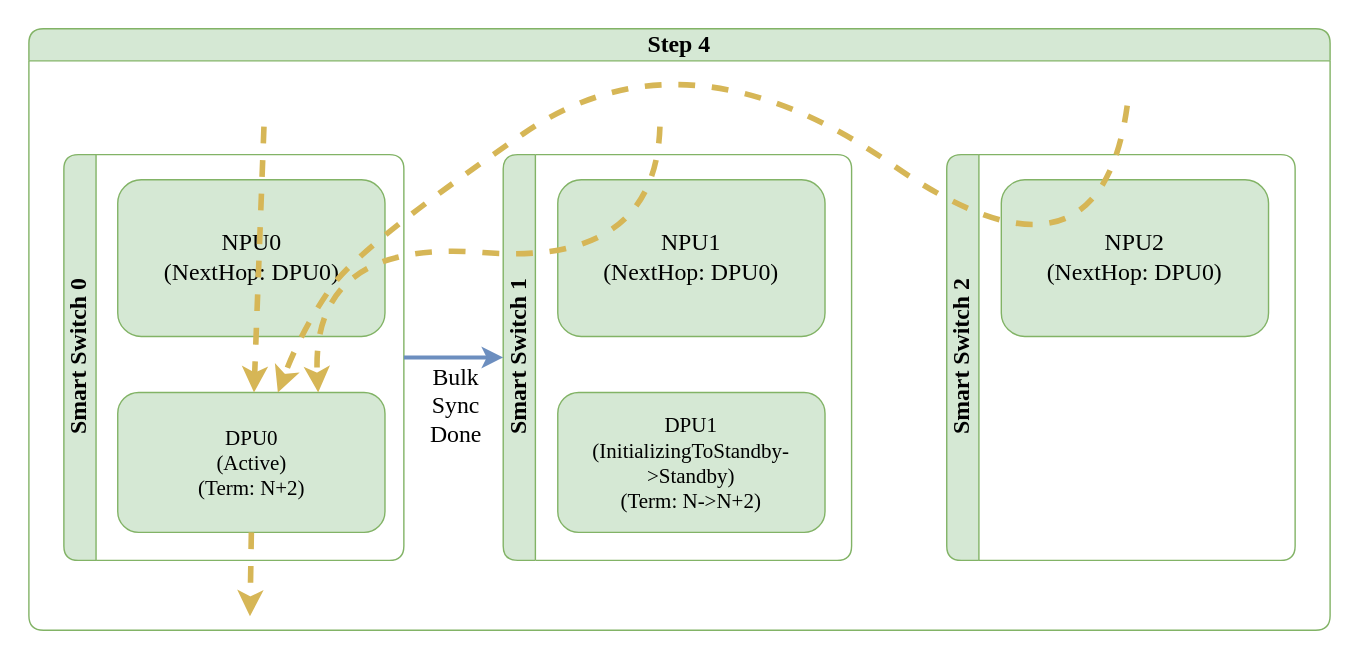
Earlier version of the draw.io export doc/smart-switch/high-availability/images/ha-unplanned-events-exit-standalone-step-4.svg (sonic-net/SONiC). Source tidied: cells renumbered, new cells last; positions are measured from the earlier drawing's top-left corner, leaving out a move shared by most shapes. Its diagram source:
```xml
<mxGraphModel>
  <root>
    <mxCell id="0" />
    <mxCell id="1" parent="0" />
    <mxCell id="2" value="Step 4" style="swimlane;horizontal=1;whiteSpace=wrap;html=1;rounded=1;labelBorderColor=none;strokeColor=#82b366;fontFamily=Consolas;fontSize=17;startSize=23;fillColor=#d5e8d4;swimlaneFillColor=#FFFFFF;" parent="1" vertex="1">
      <mxGeometry y="5" width="930" height="430" as="geometry" />
    </mxCell>
    <mxCell id="3" value="Smart Switch 0" style="swimlane;horizontal=0;whiteSpace=wrap;html=1;rounded=1;labelBorderColor=none;strokeColor=#82b366;fontFamily=Consolas;fontSize=17;startSize=23;fillColor=#d5e8d4;swimlaneFillColor=#FFFFFF;" parent="2" vertex="1">
      <mxGeometry x="25" y="90" width="243" height="290" as="geometry" />
    </mxCell>
    <mxCell id="4" value="NPU0&lt;br style=&quot;font-size: 17px;&quot;&gt;(NextHop: DPU0)" style="rounded=1;whiteSpace=wrap;html=1;strokeColor=#82b366;fontFamily=Consolas;fontSize=17;startSize=23;fillColor=#d5e8d4;" parent="3" vertex="1">
      <mxGeometry x="38.5" y="18" width="191" height="112" as="geometry" />
    </mxCell>
    <mxCell id="5" value="DPU0&lt;br style=&quot;border-color: var(--border-color); font-size: 15px;&quot;&gt;(Active)&lt;br style=&quot;font-size: 15px;&quot;&gt;(Term: N+2)" style="rounded=1;whiteSpace=wrap;html=1;strokeColor=#82b366;fontFamily=Consolas;fontSize=15;startSize=23;fillColor=#d5e8d4;" parent="3" vertex="1">
      <mxGeometry x="38.5" y="170" width="191" height="100" as="geometry" />
    </mxCell>
    <mxCell id="6" value="Smart Switch 1" style="swimlane;horizontal=0;whiteSpace=wrap;html=1;rounded=1;labelBorderColor=none;strokeColor=#82b366;fontFamily=Consolas;fontSize=17;startSize=23;fillColor=#d5e8d4;swimlaneFillColor=#FFFFFF;" parent="2" vertex="1">
      <mxGeometry x="339" y="90" width="249" height="290" as="geometry" />
    </mxCell>
    <mxCell id="7" value="NPU1&lt;br style=&quot;font-size: 17px;&quot;&gt;(NextHop: DPU0)" style="rounded=1;whiteSpace=wrap;html=1;strokeColor=#82b366;fontFamily=Consolas;fontSize=17;startSize=23;fillColor=#d5e8d4;" parent="6" vertex="1">
      <mxGeometry x="39" y="18" width="191" height="112" as="geometry" />
    </mxCell>
    <mxCell id="8" value="DPU1&lt;br style=&quot;border-color: var(--border-color); font-size: 15px;&quot;&gt;(InitializingToStandby-&amp;gt;Standby)&lt;br style=&quot;border-color: var(--border-color); font-size: 15px;&quot;&gt;(Term: N-&amp;gt;N+2)" style="rounded=1;whiteSpace=wrap;html=1;strokeColor=#82b366;fontFamily=Consolas;fontSize=15;startSize=23;fillColor=#d5e8d4;" parent="6" vertex="1">
      <mxGeometry x="39" y="170" width="191" height="100" as="geometry" />
    </mxCell>
    <mxCell id="9" style="curved=1;endArrow=classic;html=1;rounded=0;fillColor=#fff2cc;strokeColor=#d6b656;strokeWidth=4;dashed=1;endFill=1;fontFamily=Consolas;fontSize=17;" parent="2" edge="1" target="5">
      <mxGeometry relative="1" as="geometry">
        <mxPoint x="168" y="70" as="sourcePoint" />
      </mxGeometry>
    </mxCell>
    <mxCell id="10" style="curved=1;endArrow=classic;html=1;rounded=0;entryX=0.75;entryY=0;entryDx=0;entryDy=0;fillColor=#fff2cc;strokeColor=#d6b656;strokeWidth=4;dashed=1;endFill=1;fontFamily=Consolas;fontSize=17;" parent="2" edge="1" target="5">
      <mxGeometry relative="1" as="geometry">
        <mxPoint x="451" y="70" as="sourcePoint" />
        <Array as="points">
          <mxPoint x="448" y="170" />
          <mxPoint x="201" y="150" />
        </Array>
      </mxGeometry>
    </mxCell>
    <mxCell id="11" style="endArrow=classic;html=1;rounded=0;fillColor=#fff2cc;strokeColor=#d6b656;strokeWidth=4;dashed=1;endFill=1;exitX=0.5;exitY=1;exitDx=0;exitDy=0;fontFamily=Consolas;fontSize=17;" parent="2" edge="1" source="5">
      <mxGeometry relative="1" as="geometry">
        <mxPoint x="158" y="420" as="targetPoint" />
      </mxGeometry>
    </mxCell>
    <mxCell id="12" value="Smart Switch 2" style="swimlane;horizontal=0;whiteSpace=wrap;html=1;rounded=1;labelBorderColor=none;strokeColor=#82b366;fontFamily=Consolas;fontSize=17;startSize=23;fillColor=#d5e8d4;swimlaneFillColor=#FFFFFF;" parent="2" vertex="1">
      <mxGeometry x="656" y="90" width="249" height="290" as="geometry" />
    </mxCell>
    <mxCell id="13" value="NPU2&lt;br style=&quot;font-size: 17px;&quot;&gt;(NextHop: DPU0)" style="rounded=1;whiteSpace=wrap;html=1;strokeColor=#82b366;fontFamily=Consolas;fontSize=17;startSize=23;fillColor=#d5e8d4;" parent="12" vertex="1">
      <mxGeometry x="39" y="18" width="191" height="112" as="geometry" />
    </mxCell>
    <mxCell id="14" value="Bulk&lt;br style=&quot;font-size: 17px;&quot;&gt;Sync&lt;br style=&quot;font-size: 17px;&quot;&gt;Done" style="endArrow=classic;startArrow=none;html=1;fillColor=#dae8fc;strokeColor=#6c8ebf;strokeWidth=3;fontFamily=Consolas;fontSize=17;startFill=0;endFill=1;labelBackgroundColor=none;curved=1;exitX=1;exitY=0.5;exitDx=0;exitDy=0;entryX=0;entryY=0.5;entryDx=0;entryDy=0;" parent="2" edge="1" source="3" target="6">
      <mxGeometry x="0.04" y="-35" relative="1" as="geometry" />
    </mxCell>
    <mxCell id="15" style="curved=1;endArrow=classic;html=1;rounded=0;fillColor=#fff2cc;strokeColor=#d6b656;strokeWidth=4;dashed=1;endFill=1;fontFamily=Consolas;fontSize=17;" parent="2" edge="1" target="5">
      <mxGeometry relative="1" as="geometry">
        <mxPoint x="785" y="55" as="sourcePoint" />
        <Array as="points">
          <mxPoint x="765" y="200" />
          <mxPoint x="470" y="-5" />
          <mxPoint x="237" y="155" />
          <mxPoint x="195" y="215" />
        </Array>
      </mxGeometry>
    </mxCell>
  </root>
</mxGraphModel>
```
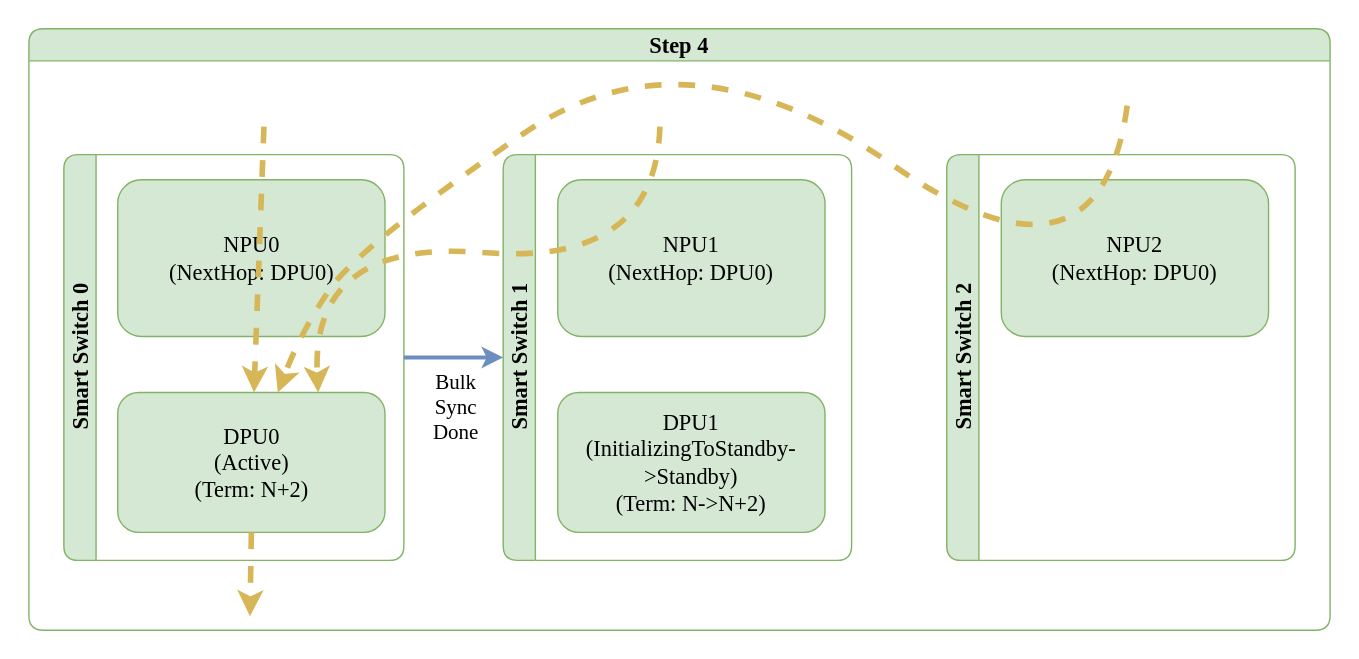
Above is the later version.

Change to the diagram source:
```diff
@@ -2,33 +2,33 @@
   <root>
     <mxCell id="0" />
     <mxCell id="1" parent="0" />
-    <mxCell id="2" value="Step 4" style="swimlane;horizontal=1;whiteSpace=wrap;html=1;rounded=1;labelBorderColor=none;strokeColor=#82b366;fontFamily=Consolas;fontSize=17;startSize=23;fillColor=#d5e8d4;swimlaneFillColor=#FFFFFF;" parent="1" vertex="1">
+    <mxCell id="2" value="Step 4" style="swimlane;horizontal=1;whiteSpace=wrap;html=1;rounded=1;labelBorderColor=none;strokeColor=#82b366;fontFamily=Monaco;fontSize=16;startSize=23;fillColor=#d5e8d4;swimlaneFillColor=#FFFFFF;" parent="1" vertex="1">
       <mxGeometry y="5" width="930" height="430" as="geometry" />
     </mxCell>
-    <mxCell id="3" value="Smart Switch 0" style="swimlane;horizontal=0;whiteSpace=wrap;html=1;rounded=1;labelBorderColor=none;strokeColor=#82b366;fontFamily=Consolas;fontSize=17;startSize=23;fillColor=#d5e8d4;swimlaneFillColor=#FFFFFF;" parent="2" vertex="1">
+    <mxCell id="3" value="Smart Switch 0" style="swimlane;horizontal=0;whiteSpace=wrap;html=1;rounded=1;labelBorderColor=none;strokeColor=#82b366;fontFamily=Monaco;fontSize=16;startSize=23;fillColor=#d5e8d4;swimlaneFillColor=#FFFFFF;" parent="2" vertex="1">
       <mxGeometry x="25" y="90" width="243" height="290" as="geometry" />
     </mxCell>
-    <mxCell id="4" value="NPU0&lt;br style=&quot;font-size: 17px;&quot;&gt;(NextHop: DPU0)" style="rounded=1;whiteSpace=wrap;html=1;strokeColor=#82b366;fontFamily=Consolas;fontSize=17;startSize=23;fillColor=#d5e8d4;" parent="3" vertex="1">
+    <mxCell id="4" value="NPU0&lt;br style=&quot;font-size: 16px;&quot;&gt;(NextHop: DPU0)" style="rounded=1;whiteSpace=wrap;html=1;strokeColor=#82b366;fontFamily=Monaco;fontSize=16;startSize=23;fillColor=#d5e8d4;" parent="3" vertex="1">
       <mxGeometry x="38.5" y="18" width="191" height="112" as="geometry" />
     </mxCell>
-    <mxCell id="5" value="DPU0&lt;br style=&quot;border-color: var(--border-color); font-size: 15px;&quot;&gt;(Active)&lt;br style=&quot;font-size: 15px;&quot;&gt;(Term: N+2)" style="rounded=1;whiteSpace=wrap;html=1;strokeColor=#82b366;fontFamily=Consolas;fontSize=15;startSize=23;fillColor=#d5e8d4;" parent="3" vertex="1">
+    <mxCell id="5" value="DPU0&lt;br style=&quot;border-color: var(--border-color); font-size: 16px;&quot;&gt;(Active)&lt;br style=&quot;font-size: 16px;&quot;&gt;(Term: N+2)" style="rounded=1;whiteSpace=wrap;html=1;strokeColor=#82b366;fontFamily=Monaco;fontSize=16;startSize=23;fillColor=#d5e8d4;" parent="3" vertex="1">
       <mxGeometry x="38.5" y="170" width="191" height="100" as="geometry" />
     </mxCell>
-    <mxCell id="6" value="Smart Switch 1" style="swimlane;horizontal=0;whiteSpace=wrap;html=1;rounded=1;labelBorderColor=none;strokeColor=#82b366;fontFamily=Consolas;fontSize=17;startSize=23;fillColor=#d5e8d4;swimlaneFillColor=#FFFFFF;" parent="2" vertex="1">
+    <mxCell id="6" value="Smart Switch 1" style="swimlane;horizontal=0;whiteSpace=wrap;html=1;rounded=1;labelBorderColor=none;strokeColor=#82b366;fontFamily=Monaco;fontSize=16;startSize=23;fillColor=#d5e8d4;swimlaneFillColor=#FFFFFF;" parent="2" vertex="1">
       <mxGeometry x="339" y="90" width="249" height="290" as="geometry" />
     </mxCell>
-    <mxCell id="7" value="NPU1&lt;br style=&quot;font-size: 17px;&quot;&gt;(NextHop: DPU0)" style="rounded=1;whiteSpace=wrap;html=1;strokeColor=#82b366;fontFamily=Consolas;fontSize=17;startSize=23;fillColor=#d5e8d4;" parent="6" vertex="1">
+    <mxCell id="7" value="NPU1&lt;br style=&quot;font-size: 16px;&quot;&gt;(NextHop: DPU0)" style="rounded=1;whiteSpace=wrap;html=1;strokeColor=#82b366;fontFamily=Monaco;fontSize=16;startSize=23;fillColor=#d5e8d4;" parent="6" vertex="1">
       <mxGeometry x="39" y="18" width="191" height="112" as="geometry" />
     </mxCell>
-    <mxCell id="8" value="DPU1&lt;br style=&quot;border-color: var(--border-color); font-size: 15px;&quot;&gt;(InitializingToStandby-&amp;gt;Standby)&lt;br style=&quot;border-color: var(--border-color); font-size: 15px;&quot;&gt;(Term: N-&amp;gt;N+2)" style="rounded=1;whiteSpace=wrap;html=1;strokeColor=#82b366;fontFamily=Consolas;fontSize=15;startSize=23;fillColor=#d5e8d4;" parent="6" vertex="1">
+    <mxCell id="8" value="DPU1&lt;br style=&quot;border-color: var(--border-color); font-size: 16px;&quot;&gt;(InitializingToStandby-&amp;gt;Standby)&lt;br style=&quot;border-color: var(--border-color); font-size: 16px;&quot;&gt;(Term: N-&amp;gt;N+2)" style="rounded=1;whiteSpace=wrap;html=1;strokeColor=#82b366;fontFamily=Monaco;fontSize=16;startSize=23;fillColor=#d5e8d4;" parent="6" vertex="1">
       <mxGeometry x="39" y="170" width="191" height="100" as="geometry" />
     </mxCell>
-    <mxCell id="9" style="curved=1;endArrow=classic;html=1;rounded=0;fillColor=#fff2cc;strokeColor=#d6b656;strokeWidth=4;dashed=1;endFill=1;fontFamily=Consolas;fontSize=17;" parent="2" edge="1" target="5">
+    <mxCell id="9" style="curved=1;endArrow=classic;html=1;rounded=0;fillColor=#fff2cc;strokeColor=#d6b656;strokeWidth=4;dashed=1;endFill=1;fontFamily=Monaco;fontSize=16;" parent="2" edge="1" target="5">
       <mxGeometry relative="1" as="geometry">
         <mxPoint x="168" y="70" as="sourcePoint" />
       </mxGeometry>
     </mxCell>
-    <mxCell id="10" style="curved=1;endArrow=classic;html=1;rounded=0;entryX=0.75;entryY=0;entryDx=0;entryDy=0;fillColor=#fff2cc;strokeColor=#d6b656;strokeWidth=4;dashed=1;endFill=1;fontFamily=Consolas;fontSize=17;" parent="2" edge="1" target="5">
+    <mxCell id="10" style="curved=1;endArrow=classic;html=1;rounded=0;entryX=0.75;entryY=0;entryDx=0;entryDy=0;fillColor=#fff2cc;strokeColor=#d6b656;strokeWidth=4;dashed=1;endFill=1;fontFamily=Monaco;fontSize=16;" parent="2" edge="1" target="5">
       <mxGeometry relative="1" as="geometry">
         <mxPoint x="451" y="70" as="sourcePoint" />
         <Array as="points">
@@ -37,21 +37,21 @@
         </Array>
       </mxGeometry>
     </mxCell>
-    <mxCell id="11" style="endArrow=classic;html=1;rounded=0;fillColor=#fff2cc;strokeColor=#d6b656;strokeWidth=4;dashed=1;endFill=1;exitX=0.5;exitY=1;exitDx=0;exitDy=0;fontFamily=Consolas;fontSize=17;" parent="2" edge="1" source="5">
+    <mxCell id="11" style="endArrow=classic;html=1;rounded=0;fillColor=#fff2cc;strokeColor=#d6b656;strokeWidth=4;dashed=1;endFill=1;exitX=0.5;exitY=1;exitDx=0;exitDy=0;fontFamily=Monaco;fontSize=16;" parent="2" edge="1" source="5">
       <mxGeometry relative="1" as="geometry">
         <mxPoint x="158" y="420" as="targetPoint" />
       </mxGeometry>
     </mxCell>
-    <mxCell id="12" value="Smart Switch 2" style="swimlane;horizontal=0;whiteSpace=wrap;html=1;rounded=1;labelBorderColor=none;strokeColor=#82b366;fontFamily=Consolas;fontSize=17;startSize=23;fillColor=#d5e8d4;swimlaneFillColor=#FFFFFF;" parent="2" vertex="1">
+    <mxCell id="12" value="Smart Switch 2" style="swimlane;horizontal=0;whiteSpace=wrap;html=1;rounded=1;labelBorderColor=none;strokeColor=#82b366;fontFamily=Monaco;fontSize=16;startSize=23;fillColor=#d5e8d4;swimlaneFillColor=#FFFFFF;" parent="2" vertex="1">
       <mxGeometry x="656" y="90" width="249" height="290" as="geometry" />
     </mxCell>
-    <mxCell id="13" value="NPU2&lt;br style=&quot;font-size: 17px;&quot;&gt;(NextHop: DPU0)" style="rounded=1;whiteSpace=wrap;html=1;strokeColor=#82b366;fontFamily=Consolas;fontSize=17;startSize=23;fillColor=#d5e8d4;" parent="12" vertex="1">
+    <mxCell id="13" value="NPU2&lt;br style=&quot;font-size: 16px;&quot;&gt;(NextHop: DPU0)" style="rounded=1;whiteSpace=wrap;html=1;strokeColor=#82b366;fontFamily=Monaco;fontSize=16;startSize=23;fillColor=#d5e8d4;" parent="12" vertex="1">
       <mxGeometry x="39" y="18" width="191" height="112" as="geometry" />
     </mxCell>
-    <mxCell id="14" value="Bulk&lt;br style=&quot;font-size: 17px;&quot;&gt;Sync&lt;br style=&quot;font-size: 17px;&quot;&gt;Done" style="endArrow=classic;startArrow=none;html=1;fillColor=#dae8fc;strokeColor=#6c8ebf;strokeWidth=3;fontFamily=Consolas;fontSize=17;startFill=0;endFill=1;labelBackgroundColor=none;curved=1;exitX=1;exitY=0.5;exitDx=0;exitDy=0;entryX=0;entryY=0.5;entryDx=0;entryDy=0;" parent="2" edge="1" source="3" target="6">
+    <mxCell id="14" value="Bulk&lt;br style=&quot;font-size: 15px;&quot;&gt;Sync&lt;br style=&quot;font-size: 15px;&quot;&gt;Done" style="endArrow=classic;startArrow=none;html=1;fillColor=#dae8fc;strokeColor=#6c8ebf;strokeWidth=3;fontFamily=Monaco;fontSize=15;startFill=0;endFill=1;labelBackgroundColor=none;curved=1;exitX=1;exitY=0.5;exitDx=0;exitDy=0;entryX=0;entryY=0.5;entryDx=0;entryDy=0;" parent="2" edge="1" source="3" target="6">
       <mxGeometry x="0.04" y="-35" relative="1" as="geometry" />
     </mxCell>
-    <mxCell id="15" style="curved=1;endArrow=classic;html=1;rounded=0;fillColor=#fff2cc;strokeColor=#d6b656;strokeWidth=4;dashed=1;endFill=1;fontFamily=Consolas;fontSize=17;" parent="2" edge="1" target="5">
+    <mxCell id="15" style="curved=1;endArrow=classic;html=1;rounded=0;fillColor=#fff2cc;strokeColor=#d6b656;strokeWidth=4;dashed=1;endFill=1;fontFamily=Monaco;fontSize=16;" parent="2" edge="1" target="5">
       <mxGeometry relative="1" as="geometry">
         <mxPoint x="785" y="55" as="sourcePoint" />
         <Array as="points">
```
